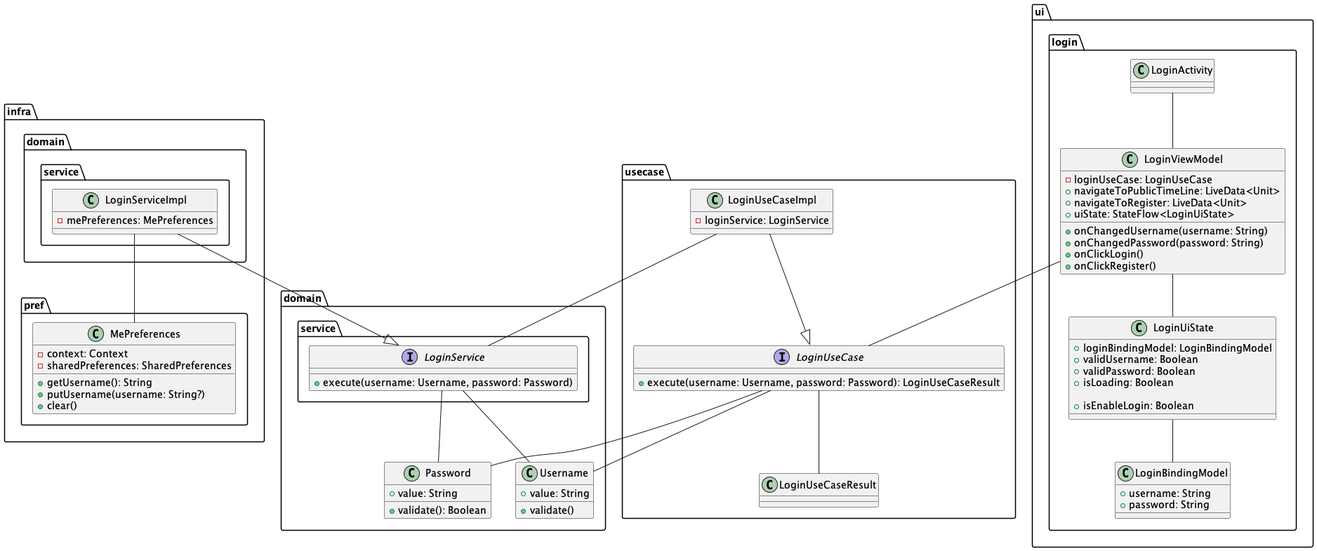
This is Yatter/image/3/login_class.png from suzukibelltree/Yatter2025-Internship, a PlantUML export, as it was before one commit.
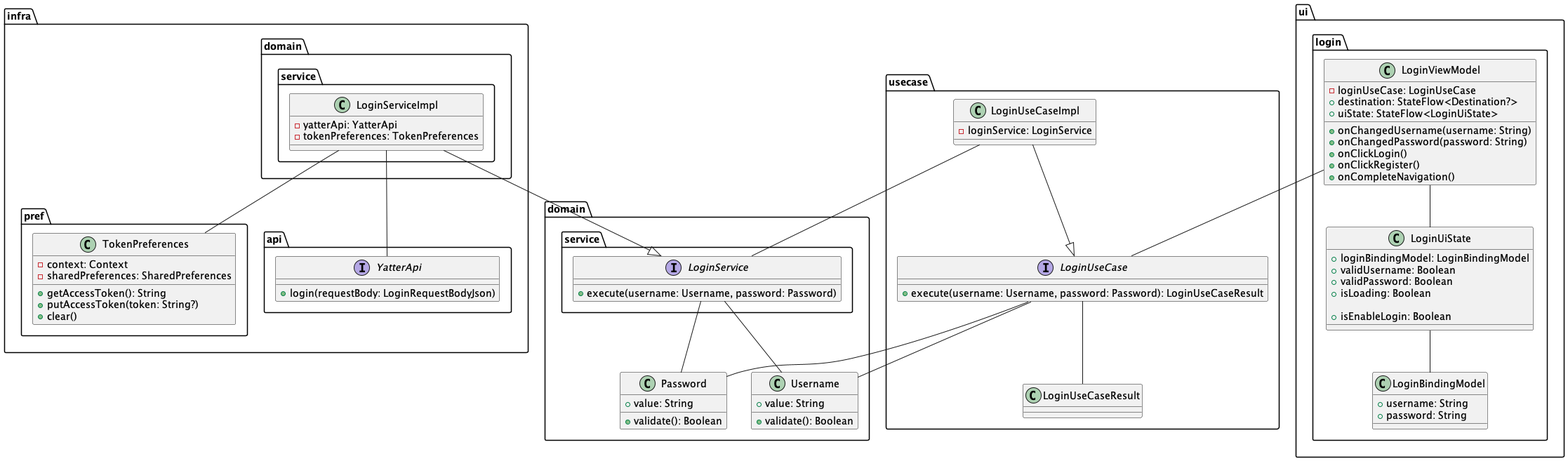
The same diagram one commit later.

What changed in the source:
```diff
@@ -8,7 +8,7 @@
 
   class Username {
     + value: String
-    + validate()
+    + validate(): Boolean
   }
 
   package service {
@@ -20,11 +20,11 @@
 
 package infra {
   package pref {
-    class MePreferences {
+    class TokenPreferences {
       - context: Context
       - sharedPreferences: SharedPreferences
-      + getUsername(): String
-      + putUsername(username: String?)
+      + getAccessToken(): String
+      + putAccessToken(token: String?)
       + clear()
     }
   }
@@ -32,8 +32,15 @@
   package domain {
     package service {
       class LoginServiceImpl {
-        - mePreferences: MePreferences
+        - yatterApi: YatterApi
+        - tokenPreferences: TokenPreferences
       }
+    }
+  }
+
+  package api {
+    interface YatterApi {
+      + login(requestBody: LoginRequestBodyJson)
     }
   }
 }
@@ -53,17 +60,16 @@
 
 package ui {
   package login {
-    class LoginActivity
     class LoginViewModel {
       - loginUseCase: LoginUseCase
-      + navigateToPublicTimeLine: LiveData<Unit>
-      + navigateToRegister: LiveData<Unit>
+      + destination: StateFlow<Destination?>
       + uiState: StateFlow<LoginUiState>
 
       + onChangedUsername(username: String)
       + onChangedPassword(password: String)
       + onClickLogin()
       + onClickRegister()
+      + onCompleteNavigation()
     }
     class LoginUiState {
       + loginBindingModel: LoginBindingModel
@@ -80,10 +86,10 @@
   }
 }
 
-LoginServiceImpl -- MePreferences
+LoginServiceImpl -- TokenPreferences
+LoginServiceImpl -- YatterApi
 LoginServiceImpl --|> LoginService
 
-LoginActivity -- LoginViewModel
 LoginViewModel -- LoginUseCase
 LoginViewModel -- LoginUiState
 LoginUiState -- LoginBindingModel
```
